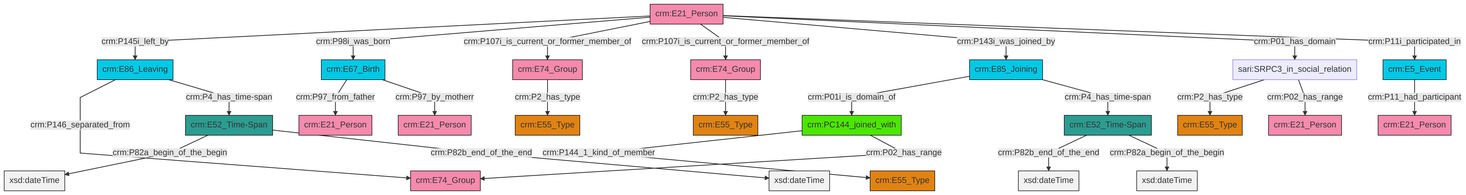
Earlier version of the Mermaid export et/personCSV/ttl/mmd/png/Person_Actor_Relations.png (swiss-art-research-net/docs.swissartresearch). Its source is kept beside it as et/personCSV/ttl/mmd/Person_Actor_Relations.ttl.mmd.
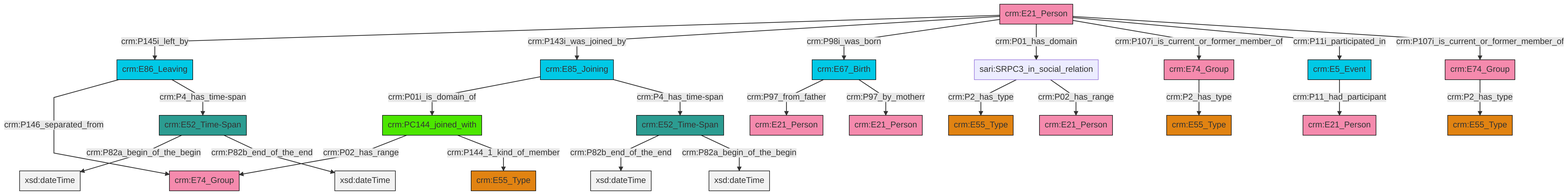
After the change.

Diff of the diagram source:
```diff
@@ -13,27 +13,27 @@
 classDef PC_Classes fill:#4ce600, stroke:#000000;
 classDef Multi fill:#cccccc,stroke:#000000;
 
-2["crm:E67_Birth"]:::Temporal_Entity -->|crm:P97_from_father| 3["crm:E21_Person"]:::Actor
-8["crm:E86_Leaving"]:::Temporal_Entity -->|crm:P146_separated_from| 9["crm:E74_Group"]:::Actor
-2["crm:E67_Birth"]:::Temporal_Entity -->|crm:P97_by_motherr| 12["crm:E21_Person"]:::Actor
-8["crm:E86_Leaving"]:::Temporal_Entity -->|crm:P4_has_time-span| 14["crm:E52_Time-Span"]:::Time-Span
-14["crm:E52_Time-Span"]:::Time-Span -->|crm:P82a_begin_of_the_begin| 16[xsd:dateTime]:::Literal
-20["crm:E21_Person"]:::Actor -->|crm:P145i_left_by| 8["crm:E86_Leaving"]:::Temporal_Entity
-20["crm:E21_Person"]:::Actor -->|crm:P98i_was_born| 2["crm:E67_Birth"]:::Temporal_Entity
-22["crm:E85_Joining"]:::Temporal_Entity -->|crm:P01i_is_domain_of| 6["crm:PC144_joined_with"]:::PC_Classes
-23["crm:E52_Time-Span"]:::Time-Span -->|crm:P82b_end_of_the_end| 24[xsd:dateTime]:::Literal
-20["crm:E21_Person"]:::Actor -->|crm:P107i_is_current_or_former_member_of| 0["crm:E74_Group"]:::Actor
-20["crm:E21_Person"]:::Actor -->|crm:P107i_is_current_or_former_member_of| 35["crm:E74_Group"]:::Actor
-20["crm:E21_Person"]:::Actor -->|crm:P143i_was_joined_by| 22["crm:E85_Joining"]:::Temporal_Entity
-37["sari:SRPC3_in_social_relation"]:::Default -->|crm:P2_has_type| 30["crm:E55_Type"]:::Type
-35["crm:E74_Group"]:::Actor -->|crm:P2_has_type| 4["crm:E55_Type"]:::Type
-10["crm:E5_Event"]:::Temporal_Entity -->|crm:P11_had_participant| 27["crm:E21_Person"]:::Actor
-14["crm:E52_Time-Span"]:::Time-Span -->|crm:P82b_end_of_the_end| 40[xsd:dateTime]:::Literal
-6["crm:PC144_joined_with"]:::PC_Classes -->|crm:P144_1_kind_of_member| 32["crm:E55_Type"]:::Type
-23["crm:E52_Time-Span"]:::Time-Span -->|crm:P82a_begin_of_the_begin| 44[xsd:dateTime]:::Literal
-22["crm:E85_Joining"]:::Temporal_Entity -->|crm:P4_has_time-span| 23["crm:E52_Time-Span"]:::Time-Span
-6["crm:PC144_joined_with"]:::PC_Classes -->|crm:P02_has_range| 9["crm:E74_Group"]:::Actor
-37["sari:SRPC3_in_social_relation"]:::Default -->|crm:P02_has_range| 41["crm:E21_Person"]:::Actor
-20["crm:E21_Person"]:::Actor -->|crm:P01_has_domain| 37["sari:SRPC3_in_social_relation"]:::Default
-0["crm:E74_Group"]:::Actor -->|crm:P2_has_type| 18["crm:E55_Type"]:::Type
-20["crm:E21_Person"]:::Actor -->|crm:P11i_participated_in| 10["crm:E5_Event"]:::Temporal_Entity
+0["crm:E52_Time-Span"]:::Time-Span -->|crm:P82b_end_of_the_end| 1[xsd:dateTime]:::Literal
+4["crm:E52_Time-Span"]:::Time-Span -->|crm:P82a_begin_of_the_begin| 5[xsd:dateTime]:::Literal
+6["crm:E21_Person"]:::Actor -->|crm:P145i_left_by| 7["crm:E86_Leaving"]:::Temporal_Entity
+6["crm:E21_Person"]:::Actor -->|crm:P143i_was_joined_by| 8["crm:E85_Joining"]:::Temporal_Entity
+9["sari:SRPC3_in_social_relation"]:::Default -->|crm:P2_has_type| 10["crm:E55_Type"]:::Type
+7["crm:E86_Leaving"]:::Temporal_Entity -->|crm:P146_separated_from| 16["crm:E74_Group"]:::Actor
+6["crm:E21_Person"]:::Actor -->|crm:P98i_was_born| 17["crm:E67_Birth"]:::Temporal_Entity
+17["crm:E67_Birth"]:::Temporal_Entity -->|crm:P97_from_father| 20["crm:E21_Person"]:::Actor
+8["crm:E85_Joining"]:::Temporal_Entity -->|crm:P01i_is_domain_of| 21["crm:PC144_joined_with"]:::PC_Classes
+29["crm:E74_Group"]:::Actor -->|crm:P2_has_type| 11["crm:E55_Type"]:::Type
+6["crm:E21_Person"]:::Actor -->|crm:P01_has_domain| 9["sari:SRPC3_in_social_relation"]:::Default
+6["crm:E21_Person"]:::Actor -->|crm:P107i_is_current_or_former_member_of| 29["crm:E74_Group"]:::Actor
+21["crm:PC144_joined_with"]:::PC_Classes -->|crm:P02_has_range| 16["crm:E74_Group"]:::Actor
+4["crm:E52_Time-Span"]:::Time-Span -->|crm:P82b_end_of_the_end| 33[xsd:dateTime]:::Literal
+6["crm:E21_Person"]:::Actor -->|crm:P11i_participated_in| 23["crm:E5_Event"]:::Temporal_Entity
+9["sari:SRPC3_in_social_relation"]:::Default -->|crm:P02_has_range| 27["crm:E21_Person"]:::Actor
+17["crm:E67_Birth"]:::Temporal_Entity -->|crm:P97_by_motherr| 38["crm:E21_Person"]:::Actor
+8["crm:E85_Joining"]:::Temporal_Entity -->|crm:P4_has_time-span| 0["crm:E52_Time-Span"]:::Time-Span
+0["crm:E52_Time-Span"]:::Time-Span -->|crm:P82a_begin_of_the_begin| 40[xsd:dateTime]:::Literal
+2["crm:E74_Group"]:::Actor -->|crm:P2_has_type| 13["crm:E55_Type"]:::Type
+21["crm:PC144_joined_with"]:::PC_Classes -->|crm:P144_1_kind_of_member| 25["crm:E55_Type"]:::Type
+6["crm:E21_Person"]:::Actor -->|crm:P107i_is_current_or_former_member_of| 2["crm:E74_Group"]:::Actor
+23["crm:E5_Event"]:::Temporal_Entity -->|crm:P11_had_participant| 18["crm:E21_Person"]:::Actor
+7["crm:E86_Leaving"]:::Temporal_Entity -->|crm:P4_has_time-span| 4["crm:E52_Time-Span"]:::Time-Span
```
